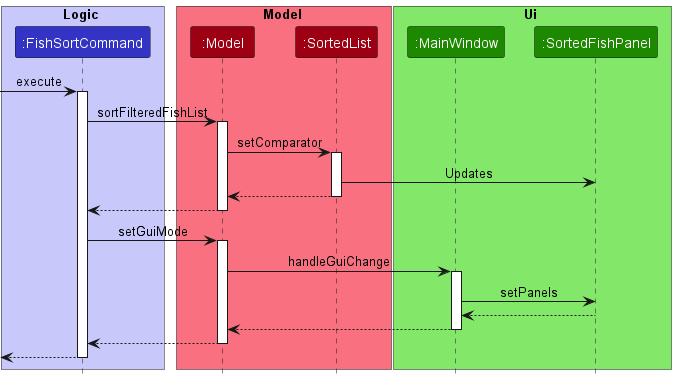
Above: docs/images/FishSortDiagram.png in nus-cs2103-AY2223S2/tp (PlantUML), before the change.
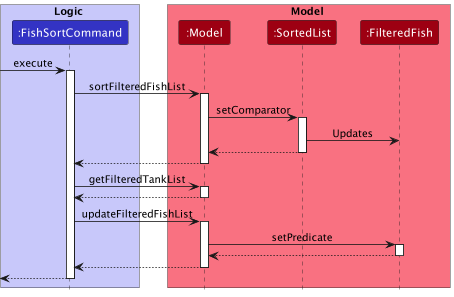
Later version of the same file.

The edit, as a diff of the source:
```diff
@@ -1,5 +1,6 @@
 @startuml
 !include style.puml
+
 
 box Logic LOGIC_COLOR_T1
 participant ":FishSortCommand" as FishSortCommand LOGIC_COLOR
@@ -8,11 +9,7 @@
 box Model MODEL_COLOR_T1
 participant ":Model" as Model MODEL_COLOR
 participant ":SortedList" as SortedList MODEL_COLOR
-end box
-
-box Ui UI_COLOR_T1
-participant ":MainWindow" as MainWindow UI_COLOR
-participant ":SortedFishPanel" as SortedFishPanel UI_COLOR
+participant ":FilteredFish" as FilteredFish MODEL_COLOR
 end box
 
 [-> FishSortCommand : execute
@@ -24,7 +21,7 @@
 Model -> SortedList : setComparator
 activate SortedList
 
-SortedList -> SortedFishPanel : Updates
+SortedList -> FilteredFish : Updates
 
 SortedList --> Model
 deactivate SortedList
@@ -32,18 +29,20 @@
 Model --> FishSortCommand
 deactivate Model
 
-FishSortCommand -> Model : setGuiMode
+FishSortCommand -> Model : getFilteredTankList
 activate Model
 
-Model -> MainWindow : handleGuiChange
-activate MainWindow
+Model --> FishSortCommand
+deactivate Model
 
-MainWindow -> SortedFishPanel : setPanels
+FishSortCommand -> Model : updateFilteredFishList
+activate Model
 
-MainWindow <-- SortedFishPanel
+Model -> FilteredFish : setPredicate
+activate FilteredFish
 
-MainWindow --> Model
-deactivate MainWindow
+FilteredFish --> Model
+deactivate FilteredFish
 
 Model --> FishSortCommand
 deactivate Model
```
